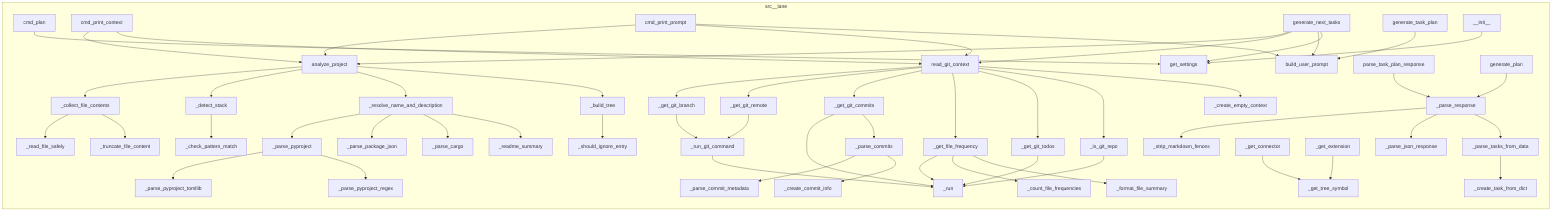
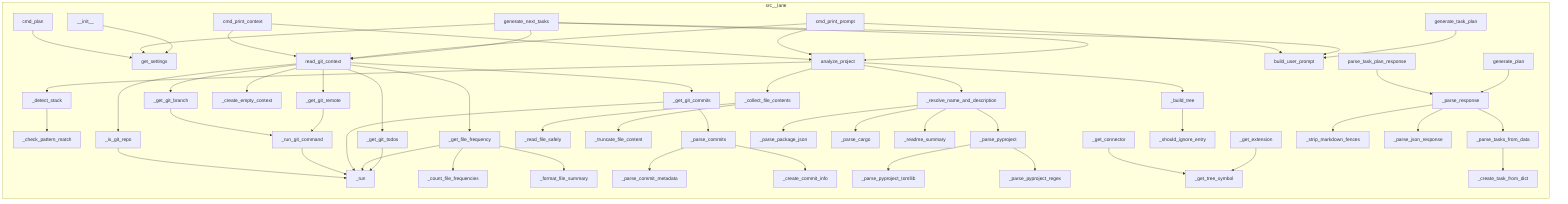
flowchart LR
%% generated in 0.00s
    subgraph src__lane
+         src__lane__project_analyzer___check_pattern_match["_check_pattern_match"]
+         src__lane__project_analyzer___detect_stack["_detect_stack"]
+         src__lane__config__get_settings["get_settings"]
+         src__lane__project_analyzer___read_file_safely["_read_file_safely"]
+         src__lane__git_reader___count_file_frequencies["_count_file_frequencies"]
+         src__lane__cli__cmd_plan["cmd_plan"]
+         src__lane__git_reader___get_git_branch["_get_git_branch"]
+         src__lane__project_analyzer___get_tree_symbol["_get_tree_symbol"]
+         src__lane__git_reader___is_git_repo["_is_git_repo"]
+         src__lane__git_reader___get_git_commits["_get_git_commits"]
+         src__lane__project_analyzer___truncate_file_content["_truncate_file_content"]
+         src__lane__git_reader___run_git_command["_run_git_command"]
+         src__lane__project_analyzer___build_tree["_build_tree"]
+         src__lane__project_analyzer__analyze_project["analyze_project"]
+         src__lane__project_analyzer___parse_pyproject_tomllib["_parse_pyproject_tomllib"]
+         src__lane__git_reader___create_empty_context["_create_empty_context"]
+         src__lane__planner__generate_next_tasks["generate_next_tasks"]
+         src__lane__project_analyzer___get_connector["_get_connector"]
+         src__lane__git_reader___get_git_remote["_get_git_remote"]
+         src__lane__project_analyzer___resolve_name_and_description["_resolve_name_and_description"]
+         src__lane__cli__cmd_print_context["cmd_print_context"]
+         src__lane__llm_client__OpenAICompatibleLLMClient__generate_task_plan["generate_task_plan"]
+         src__lane__providers__openai_compat___parse_response["_parse_response"]
+         src__lane__project_analyzer___readme_summary["_readme_summary"]
+         src__lane__providers__openai_compat__OpenAICompatProvider__generate_plan["generate_plan"]
+         src__lane__git_reader__read_git_context["read_git_context"]
+         src__lane__project_analyzer___parse_cargo["_parse_cargo"]
+         src__lane__project_analyzer___get_extension["_get_extension"]
+         src__lane__cli__cmd_print_prompt["cmd_print_prompt"]
+         src__lane__project_analyzer___parse_pyproject["_parse_pyproject"]
+         src__lane__git_reader___run["_run"]
+         src__lane__git_reader___get_git_todos["_get_git_todos"]
+         src__lane__git_reader___parse_commit_metadata["_parse_commit_metadata"]
+         src__lane__project_analyzer___parse_pyproject_regex["_parse_pyproject_regex"]
+         src__lane__git_reader___parse_commits["_parse_commits"]
        src__lane__project_analyzer___parse_package_json["_parse_package_json"]
-         src__lane__project_analyzer___truncate_file_content["_truncate_file_content"]
+         src__lane__git_reader___get_file_frequency["_get_file_frequency"]
+         src__lane__project_analyzer___collect_file_contents["_collect_file_contents"]
+         src__lane__providers__openai_compat__OpenAICompatProvider____init__["__init__"]
+         src__lane__git_reader___create_commit_info["_create_commit_info"]
+         src__lane__providers__openai_compat___parse_json_response["_parse_json_response"]
+         src__lane__git_reader___format_file_summary["_format_file_summary"]
        src__lane__providers__openai_compat___parse_tasks_from_data["_parse_tasks_from_data"]
-         src__lane__git_reader___run_git_command["_run_git_command"]
-         src__lane__cli__cmd_plan["cmd_plan"]
-         src__lane__project_analyzer___detect_stack["_detect_stack"]
-         src__lane__git_reader___is_git_repo["_is_git_repo"]
+         src__lane__llm_client__parse_task_plan_response["parse_task_plan_response"]
+         src__lane__llm_client__build_user_prompt["build_user_prompt"]
+         src__lane__providers__openai_compat___create_task_from_dict["_create_task_from_dict"]
        src__lane__project_analyzer___should_ignore_entry["_should_ignore_entry"]
-         src__lane__cli__cmd_print_context["cmd_print_context"]
-         src__lane__git_reader___get_file_frequency["_get_file_frequency"]
-         src__lane__git_reader___count_file_frequencies["_count_file_frequencies"]
-         src__lane__git_reader___run["_run"]
-         src__lane__project_analyzer___build_tree["_build_tree"]
-         src__lane__git_reader___get_git_branch["_get_git_branch"]
-         src__lane__project_analyzer___parse_pyproject["_parse_pyproject"]
-         src__lane__project_analyzer___parse_pyproject_regex["_parse_pyproject_regex"]
-         src__lane__project_analyzer___resolve_name_and_description["_resolve_name_and_description"]
-         src__lane__project_analyzer___read_file_safely["_read_file_safely"]
-         src__lane__project_analyzer___get_connector["_get_connector"]
-         src__lane__providers__openai_compat___parse_response["_parse_response"]
-         src__lane__git_reader___parse_commit_metadata["_parse_commit_metadata"]
-         src__lane__git_reader___parse_commits["_parse_commits"]
-         src__lane__git_reader___get_git_remote["_get_git_remote"]
-         src__lane__config__get_settings["get_settings"]
-         src__lane__cli__cmd_print_prompt["cmd_print_prompt"]
-         src__lane__llm_client__build_user_prompt["build_user_prompt"]
-         src__lane__planner__generate_next_tasks["generate_next_tasks"]
-         src__lane__llm_client__parse_task_plan_response["parse_task_plan_response"]
-         src__lane__project_analyzer__analyze_project["analyze_project"]
-         src__lane__git_reader__read_git_context["read_git_context"]
-         src__lane__project_analyzer___check_pattern_match["_check_pattern_match"]
-         src__lane__git_reader___get_git_commits["_get_git_commits"]
-         src__lane__project_analyzer___get_extension["_get_extension"]
-         src__lane__llm_client__OpenAICompatibleLLMClient__generate_task_plan["generate_task_plan"]
-         src__lane__providers__openai_compat__OpenAICompatProvider____init__["__init__"]
-         src__lane__git_reader___format_file_summary["_format_file_summary"]
-         src__lane__project_analyzer___readme_summary["_readme_summary"]
-         src__lane__git_reader___create_empty_context["_create_empty_context"]
-         src__lane__providers__openai_compat__OpenAICompatProvider__generate_plan["generate_plan"]
-         src__lane__git_reader___create_commit_info["_create_commit_info"]
-         src__lane__project_analyzer___parse_pyproject_tomllib["_parse_pyproject_tomllib"]
-         src__lane__providers__openai_compat___create_task_from_dict["_create_task_from_dict"]
-         src__lane__providers__openai_compat___parse_json_response["_parse_json_response"]
        src__lane__providers__openai_compat___strip_markdown_fences["_strip_markdown_fences"]
-         src__lane__project_analyzer___parse_cargo["_parse_cargo"]
-         src__lane__project_analyzer___get_tree_symbol["_get_tree_symbol"]
-         src__lane__project_analyzer___collect_file_contents["_collect_file_contents"]
-         src__lane__git_reader___get_git_todos["_get_git_todos"]
    end
    src__lane__cli__cmd_plan --> src__lane__config__get_settings
    src__lane__cli__cmd_print_context --> src__lane__project_analyzer__analyze_project
    src__lane__cli__cmd_print_context --> src__lane__git_reader__read_git_context
    src__lane__cli__cmd_print_prompt --> src__lane__project_analyzer__analyze_project
    src__lane__cli__cmd_print_prompt --> src__lane__git_reader__read_git_context
    src__lane__cli__cmd_print_prompt --> src__lane__llm_client__build_user_prompt
-     src__lane__planner__generate_next_tasks --> src__lane__project_analyzer__analyze_project
-     src__lane__planner__generate_next_tasks --> src__lane__git_reader__read_git_context
-     src__lane__planner__generate_next_tasks --> src__lane__llm_client__build_user_prompt
-     src__lane__planner__generate_next_tasks --> src__lane__config__get_settings
-     src__lane__llm_client__parse_task_plan_response --> src__lane__providers__openai_compat___parse_response
-     src__lane__llm_client__OpenAICompatibleLLMClient__generate_task_plan --> src__lane__llm_client__build_user_prompt
-     src__lane__providers__openai_compat__OpenAICompatProvider____init__ --> src__lane__config__get_settings
-     src__lane__providers__openai_compat__OpenAICompatProvider__generate_plan --> src__lane__providers__openai_compat___parse_response
-     src__lane__providers__openai_compat___parse_tasks_from_data --> src__lane__providers__openai_compat___create_task_from_dict
-     src__lane__providers__openai_compat___parse_response --> src__lane__providers__openai_compat___strip_markdown_fences
-     src__lane__providers__openai_compat___parse_response --> src__lane__providers__openai_compat___parse_json_response
-     src__lane__providers__openai_compat___parse_response --> src__lane__providers__openai_compat___parse_tasks_from_data
    src__lane__git_reader___is_git_repo --> src__lane__git_reader___run
    src__lane__git_reader___run_git_command --> src__lane__git_reader___run
    src__lane__git_reader___get_git_branch --> src__lane__git_reader___run_git_command
    src__lane__git_reader___get_git_remote --> src__lane__git_reader___run_git_command
    src__lane__git_reader___get_git_commits --> src__lane__git_reader___run
    src__lane__git_reader___get_git_commits --> src__lane__git_reader___parse_commits
    src__lane__git_reader___get_file_frequency --> src__lane__git_reader___run
    src__lane__git_reader___get_file_frequency --> src__lane__git_reader___count_file_frequencies
    src__lane__git_reader___get_file_frequency --> src__lane__git_reader___format_file_summary
    src__lane__git_reader___get_git_todos --> src__lane__git_reader___run
    src__lane__git_reader__read_git_context --> src__lane__git_reader___get_git_branch
    src__lane__git_reader__read_git_context --> src__lane__git_reader___get_git_remote
    src__lane__git_reader__read_git_context --> src__lane__git_reader___get_git_commits
    src__lane__git_reader__read_git_context --> src__lane__git_reader___get_file_frequency
    src__lane__git_reader__read_git_context --> src__lane__git_reader___get_git_todos
    src__lane__git_reader__read_git_context --> src__lane__git_reader___is_git_repo
    src__lane__git_reader__read_git_context --> src__lane__git_reader___create_empty_context
    src__lane__git_reader___parse_commits --> src__lane__git_reader___parse_commit_metadata
    src__lane__git_reader___parse_commits --> src__lane__git_reader___create_commit_info
+     src__lane__planner__generate_next_tasks --> src__lane__project_analyzer__analyze_project
+     src__lane__planner__generate_next_tasks --> src__lane__git_reader__read_git_context
+     src__lane__planner__generate_next_tasks --> src__lane__llm_client__build_user_prompt
+     src__lane__planner__generate_next_tasks --> src__lane__config__get_settings
+     src__lane__llm_client__parse_task_plan_response --> src__lane__providers__openai_compat___parse_response
+     src__lane__llm_client__OpenAICompatibleLLMClient__generate_task_plan --> src__lane__llm_client__build_user_prompt
    src__lane__project_analyzer___collect_file_contents --> src__lane__project_analyzer___read_file_safely
    src__lane__project_analyzer___collect_file_contents --> src__lane__project_analyzer___truncate_file_content
    src__lane__project_analyzer___resolve_name_and_description --> src__lane__project_analyzer___parse_pyproject
    src__lane__project_analyzer___resolve_name_and_description --> src__lane__project_analyzer___parse_package_json
    src__lane__project_analyzer___resolve_name_and_description --> src__lane__project_analyzer___parse_cargo
    src__lane__project_analyzer___resolve_name_and_description --> src__lane__project_analyzer___readme_summary
    src__lane__project_analyzer__analyze_project --> src__lane__project_analyzer___collect_file_contents
    src__lane__project_analyzer__analyze_project --> src__lane__project_analyzer___detect_stack
    src__lane__project_analyzer__analyze_project --> src__lane__project_analyzer___resolve_name_and_description
    src__lane__project_analyzer__analyze_project --> src__lane__project_analyzer___build_tree
    src__lane__project_analyzer___detect_stack --> src__lane__project_analyzer___check_pattern_match
    src__lane__project_analyzer___parse_pyproject --> src__lane__project_analyzer___parse_pyproject_tomllib
    src__lane__project_analyzer___parse_pyproject --> src__lane__project_analyzer___parse_pyproject_regex
    src__lane__project_analyzer___get_connector --> src__lane__project_analyzer___get_tree_symbol
    src__lane__project_analyzer___get_extension --> src__lane__project_analyzer___get_tree_symbol
    src__lane__project_analyzer___build_tree --> src__lane__project_analyzer___should_ignore_entry
+     src__lane__providers__openai_compat__OpenAICompatProvider____init__ --> src__lane__config__get_settings
+     src__lane__providers__openai_compat__OpenAICompatProvider__generate_plan --> src__lane__providers__openai_compat___parse_response
+     src__lane__providers__openai_compat___parse_tasks_from_data --> src__lane__providers__openai_compat___create_task_from_dict
+     src__lane__providers__openai_compat___parse_response --> src__lane__providers__openai_compat___strip_markdown_fences
+     src__lane__providers__openai_compat___parse_response --> src__lane__providers__openai_compat___parse_json_response
+     src__lane__providers__openai_compat___parse_response --> src__lane__providers__openai_compat___parse_tasks_from_data
